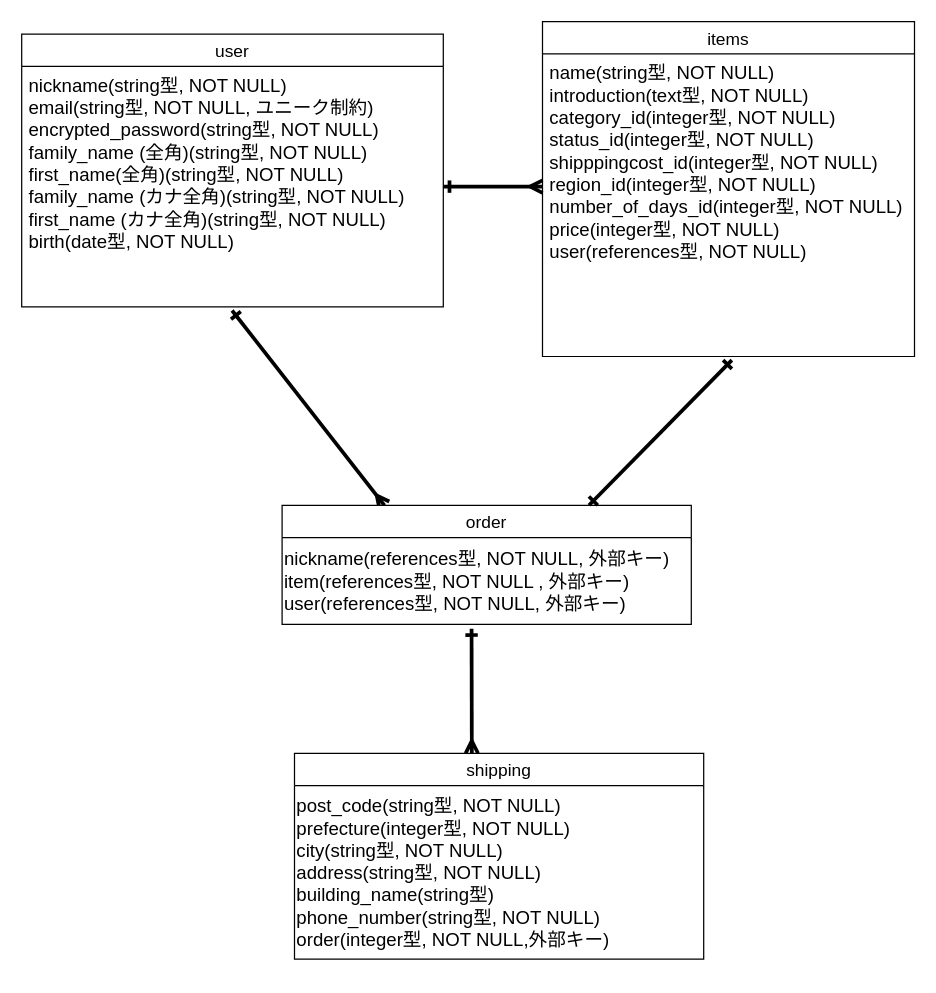
satoukouhei40002/furima-40002 keeps this draw.io diagram as furima.dio. Above is the earlier version. Source tidied: cells renumbered, new cells numbered last; positions are measured from the earlier drawing's top-left corner, leaving out a move shared by most shapes. Both pictures are drawn from the tidied source at 124%, with x=0, y=0 at pixel (21, 21).
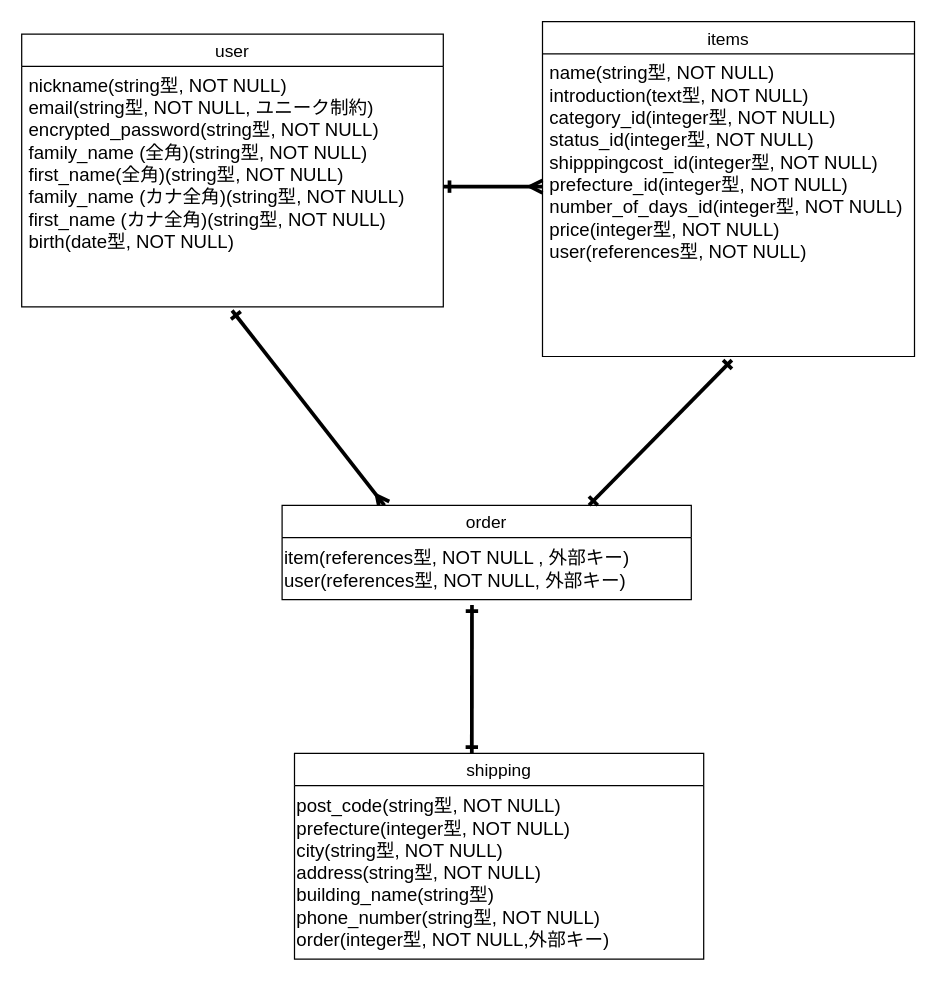
After the change.

Commit message (it also covers changes not shown here):
データベース設計

The edit, as a diff of the source:
```diff
@@
 <mxGraphModel>
   <root>
     <mxCell id="0" />
     <mxCell id="1" parent="0" />
     <mxCell id="2" value="user" style="swimlane;fontStyle=0;horizontal=1;startSize=26;align=center;fontSize=14;strokeWidth=1;rounded=0;" parent="1" vertex="1">
       <mxGeometry y="10" width="340" height="220" as="geometry" />
     </mxCell>
     <mxCell id="3" value="nickname(string型, NOT NULL)&#10;email(string型, NOT NULL, ユニーク制約)&#10;encrypted_password(string型, NOT NULL)&#10;family_name (全角)(string型, NOT NULL)&#10;first_name(全角)(string型, NOT NULL)&#10;family_name (カナ全角)(string型, NOT NULL)&#10;first_name (カナ全角)(string型, NOT NULL)&#10;birth(date型, NOT NULL)&#10;" style="text;strokeColor=none;fillColor=none;spacingLeft=4;spacingRight=4;overflow=hidden;points=[[0,0.5],[1,0.5]];portConstraint=eastwest;fontSize=15;strokeWidth=1;rounded=0;" parent="2" vertex="1">
       <mxGeometry y="26" width="340" height="194" as="geometry" />
     </mxCell>
     <mxCell id="4" value="items" style="swimlane;fontStyle=0;horizontal=1;startSize=26;align=center;fontSize=14;strokeWidth=1;rounded=0;" parent="1" vertex="1">
       <mxGeometry x="420" width="300" height="270" as="geometry" />
     </mxCell>
-    <mxCell id="5" value="name(string型, NOT NULL)&#10;introduction(text型, NOT NULL)&#10;category_id(integer型, NOT NULL)&#10;status_id(integer型, NOT NULL)&#10;shipppingcost_id(integer型, NOT NULL)&#10;region_id(integer型, NOT NULL)&#10;number_of_days_id(integer型, NOT NULL)&#10;price(integer型, NOT NULL)&#10;user(references型, NOT NULL)" style="text;strokeColor=none;fillColor=none;spacingLeft=4;spacingRight=4;overflow=hidden;points=[[0,0.5],[1,0.5]];portConstraint=eastwest;fontSize=15;strokeWidth=1;rounded=0;" parent="4" vertex="1">
+    <mxCell id="5" value="name(string型, NOT NULL)&#10;introduction(text型, NOT NULL)&#10;category_id(integer型, NOT NULL)&#10;status_id(integer型, NOT NULL)&#10;shipppingcost_id(integer型, NOT NULL)&#10;prefecture_id(integer型, NOT NULL)&#10;number_of_days_id(integer型, NOT NULL)&#10;price(integer型, NOT NULL)&#10;user(references型, NOT NULL)" style="text;strokeColor=none;fillColor=none;spacingLeft=4;spacingRight=4;overflow=hidden;points=[[0,0.5],[1,0.5]];portConstraint=eastwest;fontSize=15;strokeWidth=1;rounded=0;" parent="4" vertex="1">
       <mxGeometry y="26" width="300" height="244" as="geometry" />
     </mxCell>
     <mxCell id="6" style="edgeStyle=none;html=1;strokeWidth=3;fontSize=15;startArrow=ERmany;startFill=0;endArrow=ERone;endFill=0;exitX=0.25;exitY=0;exitDx=0;exitDy=0;entryX=0.499;entryY=1.015;entryDx=0;entryDy=0;entryPerimeter=0;" parent="1" edge="1" source="7" target="3">
       <mxGeometry relative="1" as="geometry" />
     </mxCell>
     <mxCell id="7" value="order" style="swimlane;fontStyle=0;horizontal=1;startSize=26;align=center;fontSize=14;rounded=0;hachureGap=4;strokeColor=default;fontFamily=Helvetica;fontColor=default;swimlaneLine=1;shadow=0;labelBackgroundColor=none;labelBorderColor=none;verticalAlign=middle;" parent="1" vertex="1">
-      <mxGeometry x="210" y="390" width="330" height="96" as="geometry" />
+      <mxGeometry x="210" y="390" width="330" height="76" as="geometry" />
     </mxCell>
-    <mxCell id="8" value="&lt;font style=&quot;font-size: 15px;&quot;&gt;nickname(references型, NOT NULL, 外部キー)&lt;br&gt;item(references型, NOT NULL , 外部キー)&lt;br&gt;user(references型, NOT NULL, 外部キー)&lt;br&gt;&lt;/font&gt;" style="text;html=1;align=left;verticalAlign=middle;points=[];strokeColor=none;fillColor=none;fontSize=14;fontFamily=Helvetica;fontColor=default;" parent="7" vertex="1">
-      <mxGeometry y="26" width="330" height="70" as="geometry" />
+    <mxCell id="8" value="&lt;font style=&quot;font-size: 15px;&quot;&gt;item(references型, NOT NULL , 外部キー)&lt;br&gt;user(references型, NOT NULL, 外部キー)&lt;br&gt;&lt;/font&gt;" style="text;html=1;align=left;verticalAlign=middle;points=[];strokeColor=none;fillColor=none;fontSize=14;fontFamily=Helvetica;fontColor=default;" parent="7" vertex="1">
+      <mxGeometry y="26" width="330" height="50" as="geometry" />
     </mxCell>
     <mxCell id="9" value="shipping" style="swimlane;fontStyle=0;horizontal=1;startSize=26;align=center;fontSize=14;" parent="1" vertex="1">
       <mxGeometry x="220" y="590" width="330" height="166" as="geometry" />
     </mxCell>
     <mxCell id="10" style="edgeStyle=none;html=1;strokeWidth=3;startArrow=ERone;startFill=0;endArrow=ERmany;endFill=0;" parent="9" edge="1" source="11" target="9">
       <mxGeometry relative="1" as="geometry" />
     </mxCell>
     <mxCell id="11" value="post_code(string型, NOT NULL)&lt;br style=&quot;font-size: 15px;&quot;&gt;prefecture(integer型, NOT NULL)&lt;br style=&quot;font-size: 15px;&quot;&gt;city(string型, NOT NULL)&lt;br style=&quot;font-size: 15px;&quot;&gt;address(string型, NOT NULL)&lt;br style=&quot;font-size: 15px;&quot;&gt;building_name(string型)&lt;br style=&quot;font-size: 15px;&quot;&gt;phone_number(string型, NOT NULL)&lt;br&gt;order(integer型, NOT NULL,外部キー)" style="text;html=1;align=left;verticalAlign=middle;points=[];strokeColor=none;fillColor=none;fontSize=15;fontFamily=Helvetica;fontColor=default;" parent="9" vertex="1">
       <mxGeometry y="26" width="330" height="140" as="geometry" />
     </mxCell>
     <mxCell id="12" style="edgeStyle=none;html=1;fontSize=15;startArrow=ERone;startFill=0;endArrow=ERmany;endFill=0;exitX=1;exitY=0.5;exitDx=0;exitDy=0;strokeWidth=3;" parent="1" edge="1" source="3">
       <mxGeometry relative="1" as="geometry">
         <mxPoint x="420" y="133" as="targetPoint" />
       </mxGeometry>
     </mxCell>
-    <mxCell id="13" style="edgeStyle=none;html=1;strokeWidth=3;fontSize=15;startArrow=ERone;startFill=0;endArrow=ERmany;endFill=0;exitX=0.506;exitY=1.051;exitDx=0;exitDy=0;exitPerimeter=0;" parent="1" edge="1">
+    <mxCell id="13" style="edgeStyle=none;html=1;strokeWidth=3;fontSize=15;startArrow=ERone;startFill=0;endArrow=ERone;endFill=0;exitX=0.464;exitY=1.088;exitDx=0;exitDy=0;exitPerimeter=0;" parent="1" edge="1" source="8">
       <mxGeometry relative="1" as="geometry">
-        <mxPoint x="362.8" y="489.6" as="sourcePoint" />
         <mxPoint x="363" y="590" as="targetPoint" />
       </mxGeometry>
     </mxCell>
     <mxCell id="14" style="edgeStyle=none;html=1;entryX=0.75;entryY=0;entryDx=0;entryDy=0;startArrow=ERone;startFill=0;endArrow=ERone;endFill=0;exitX=0.509;exitY=1.012;exitDx=0;exitDy=0;exitPerimeter=0;strokeWidth=3;" parent="1" edge="1" source="5" target="7">
       <mxGeometry relative="1" as="geometry" />
     </mxCell>
   </root>
 </mxGraphModel>
```
